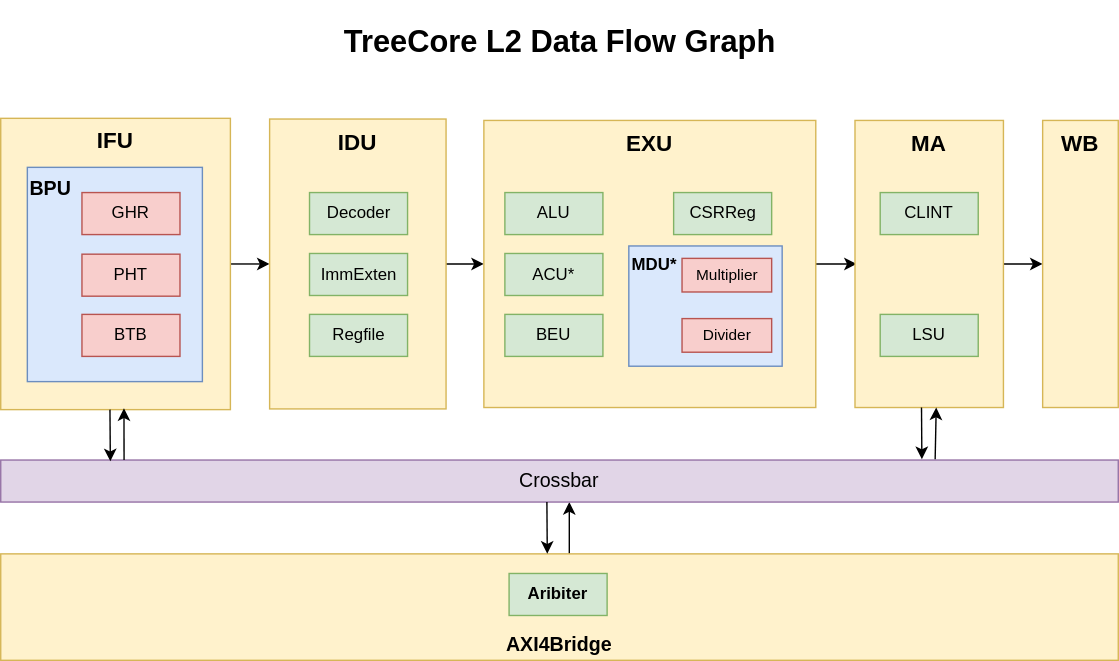
This is treecore-l2-arch.drawio.svg from microdynamics-cpu/tree-core-cpu-res, a draw.io export, as it was before one commit. Source tidied: cells renumbered, new cells last; positions are measured from the earlier drawing's top-left corner, leaving out a move shared by most shapes.
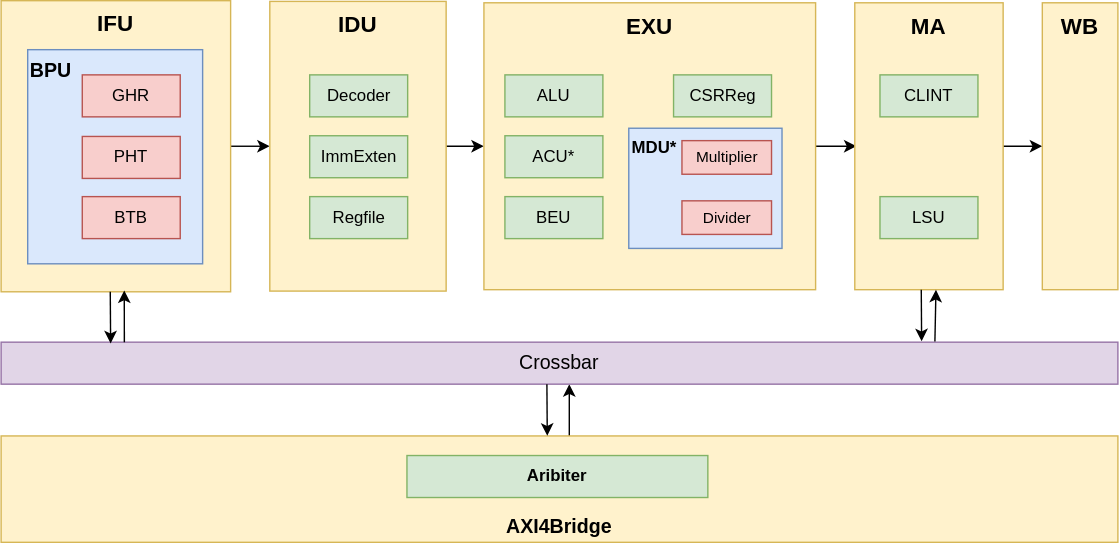
The same file after the commit.

Commit message:
feat: remove unused title

What changed in the source:
```diff
@@ -2,9 +2,6 @@
   <root>
     <mxCell id="0" />
     <mxCell id="1" parent="0" />
-    <mxCell id="2" value="&lt;b&gt;&lt;font style=&quot;font-size: 22px&quot;&gt;TreeCore L2 Data Flow Graph&lt;/font&gt;&lt;/b&gt;" style="rounded=0;whiteSpace=wrap;html=1;fillColor=none;strokeColor=none;" parent="1" vertex="1">
-      <mxGeometry x="220.5" width="357" height="60" as="geometry" />
-    </mxCell>
     <mxCell id="3" style="edgeStyle=orthogonalEdgeStyle;rounded=0;jettySize=auto;html=1;exitX=1;exitY=0.5;exitDx=0;exitDy=0;entryX=0;entryY=0.5;entryDx=0;entryDy=0;fontSize=16;fontColor=#000000;" parent="1" edge="1" source="4" target="6">
       <mxGeometry relative="1" as="geometry" />
     </mxCell>
@@ -81,7 +78,7 @@
       <mxGeometry y="395" width="798" height="76" as="geometry" />
     </mxCell>
     <mxCell id="27" value="&lt;b&gt;Aribiter&lt;/b&gt;" style="rounded=0;whiteSpace=wrap;html=1;fontSize=12;fillColor=#d5e8d4;strokeColor=#82b366;" parent="1" vertex="1">
-      <mxGeometry x="363" y="409" width="70" height="30" as="geometry" />
+      <mxGeometry x="290" y="409" width="215" height="30" as="geometry" />
     </mxCell>
     <mxCell id="28" value="Crossbar" style="rounded=0;whiteSpace=wrap;html=1;fontSize=14;fillColor=#e1d5e7;align=center;verticalAlign=middle;strokeColor=#9673a6;" parent="1" vertex="1">
       <mxGeometry y="328" width="798" height="30" as="geometry" />
```
